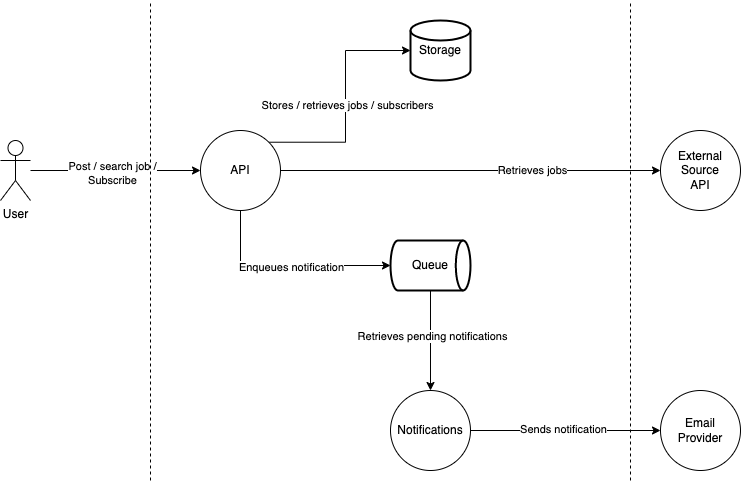
ariel17/jobberwocky keeps this draw.io diagram as docs/architecture.png. Above is the earlier version. Source tidied: cells renumbered, new cells last; positions are measured from the earlier drawing's top-left corner, leaving out a move shared by most shapes.
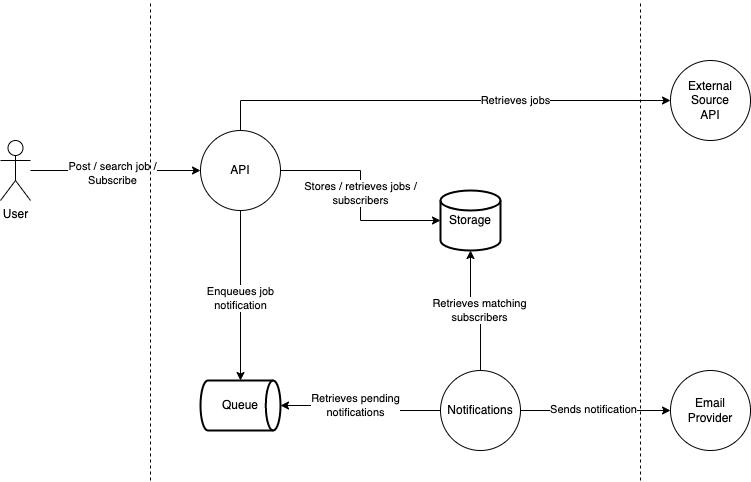
Above is the later version.

Commit message:
Updates architecture diagram.

What changed in the source:
```diff
@@ -12,24 +12,24 @@
       <mxGeometry y="140" width="30" height="60" as="geometry" />
     </mxCell>
     <mxCell id="5" value="External Source&lt;br&gt;API" style="ellipse;whiteSpace=wrap;html=1;" parent="1" vertex="1">
-      <mxGeometry x="660" y="130" width="80" height="80" as="geometry" />
+      <mxGeometry x="670" y="60" width="80" height="80" as="geometry" />
     </mxCell>
-    <mxCell id="6" style="edgeStyle=orthogonalEdgeStyle;rounded=0;jettySize=auto;html=1;exitX=1;exitY=0;exitDx=0;exitDy=0;entryX=0;entryY=0.5;entryDx=0;entryDy=0;entryPerimeter=0;" parent="1" edge="1" source="12" target="19">
+    <mxCell id="6" style="edgeStyle=orthogonalEdgeStyle;rounded=0;jettySize=auto;html=1;exitX=1;exitY=0.5;exitDx=0;exitDy=0;entryX=0;entryY=0.5;entryDx=0;entryDy=0;entryPerimeter=0;" parent="1" edge="1" source="12" target="19">
       <mxGeometry relative="1" as="geometry" />
     </mxCell>
-    <mxCell id="7" value="Stores / retrieves jobs / subscribers" style="edgeLabel;html=1;align=center;verticalAlign=middle;" parent="6" vertex="1">
+    <mxCell id="7" value="Stores / retrieves jobs /&lt;br&gt;subscribers" style="edgeLabel;html=1;align=center;verticalAlign=middle;" parent="6" vertex="1">
       <mxGeometry x="-0.02" y="-1" relative="1" as="geometry" />
     </mxCell>
-    <mxCell id="8" style="edgeStyle=orthogonalEdgeStyle;rounded=0;jettySize=auto;html=1;exitX=1;exitY=0.5;exitDx=0;exitDy=0;" parent="1" edge="1" source="12" target="5">
+    <mxCell id="8" style="edgeStyle=orthogonalEdgeStyle;rounded=0;jettySize=auto;html=1;exitX=0.5;exitY=0;exitDx=0;exitDy=0;" parent="1" edge="1" source="12" target="5">
       <mxGeometry relative="1" as="geometry" />
     </mxCell>
     <mxCell id="9" value="Retrieves jobs" style="edgeLabel;html=1;align=center;verticalAlign=middle;" parent="8" vertex="1">
       <mxGeometry x="0.32" y="1" relative="1" as="geometry" />
     </mxCell>
-    <mxCell id="10" style="edgeStyle=orthogonalEdgeStyle;rounded=0;jettySize=auto;html=1;entryX=0;entryY=0.5;entryDx=0;entryDy=0;entryPerimeter=0;exitX=0.5;exitY=1;exitDx=0;exitDy=0;" parent="1" edge="1" source="12" target="18">
+    <mxCell id="10" style="edgeStyle=orthogonalEdgeStyle;rounded=0;jettySize=auto;html=1;entryX=0.5;entryY=0;entryDx=0;entryDy=0;entryPerimeter=0;exitX=0.5;exitY=1;exitDx=0;exitDy=0;" parent="1" edge="1" source="12" target="18">
       <mxGeometry relative="1" as="geometry" />
     </mxCell>
-    <mxCell id="11" value="Enqueues notification" style="edgeLabel;html=1;align=center;verticalAlign=middle;" parent="10" vertex="1">
+    <mxCell id="11" value="Enqueues job&lt;br&gt;notification" style="edgeLabel;html=1;align=center;verticalAlign=middle;" parent="10" vertex="1">
       <mxGeometry x="0.03" y="-1" relative="1" as="geometry" />
     </mxCell>
     <mxCell id="12" value="API" style="ellipse;whiteSpace=wrap;html=1;" parent="1" vertex="1">
@@ -41,23 +41,29 @@
     <mxCell id="14" value="Sends notification" style="edgeLabel;html=1;align=center;verticalAlign=middle;" parent="13" vertex="1">
       <mxGeometry x="-0.04" y="2" relative="1" as="geometry" />
     </mxCell>
+    <mxCell id="23" style="edgeStyle=orthogonalEdgeStyle;rounded=0;jettySize=auto;html=1;exitX=0.5;exitY=0;exitDx=0;exitDy=0;entryX=0.5;entryY=1;entryDx=0;entryDy=0;entryPerimeter=0;" parent="1" edge="1" source="15" target="19">
+      <mxGeometry relative="1" as="geometry" />
+    </mxCell>
+    <mxCell id="24" value="Retrieves matching&lt;br&gt;subscribers" style="edgeLabel;html=1;align=center;verticalAlign=middle;" parent="23" vertex="1">
+      <mxGeometry x="-0.05" y="-1" relative="1" as="geometry" />
+    </mxCell>
     <mxCell id="15" value="Notifications" style="ellipse;whiteSpace=wrap;html=1;" parent="1" vertex="1">
-      <mxGeometry x="390" y="390" width="80" height="80" as="geometry" />
+      <mxGeometry x="440" y="370" width="80" height="80" as="geometry" />
     </mxCell>
-    <mxCell id="16" style="edgeStyle=orthogonalEdgeStyle;rounded=0;jettySize=auto;html=1;exitX=0.5;exitY=1;exitDx=0;exitDy=0;exitPerimeter=0;" parent="1" edge="1" source="18" target="15">
+    <mxCell id="16" style="edgeStyle=orthogonalEdgeStyle;rounded=0;jettySize=auto;html=1;exitX=1;exitY=0.5;exitDx=0;exitDy=0;exitPerimeter=0;endArrow=none;endFill=0;startArrow=classic;startFill=1;" parent="1" edge="1" source="18" target="15">
       <mxGeometry relative="1" as="geometry" />
     </mxCell>
-    <mxCell id="17" value="Retrieves pending notifications" style="edgeLabel;html=1;align=center;verticalAlign=middle;" parent="16" vertex="1">
+    <mxCell id="17" value="Retrieves pending&lt;br&gt;notifications" style="edgeLabel;html=1;align=center;verticalAlign=middle;" parent="16" vertex="1">
       <mxGeometry x="-0.1" y="1" relative="1" as="geometry" />
     </mxCell>
     <mxCell id="18" value="Queue" style="strokeWidth=2;html=1;shape=mxgraph.flowchart.direct_data;whiteSpace=wrap;" parent="1" vertex="1">
-      <mxGeometry x="390" y="240" width="80" height="50" as="geometry" />
+      <mxGeometry x="200" y="380" width="80" height="50" as="geometry" />
     </mxCell>
     <mxCell id="19" value="Storage" style="strokeWidth=2;html=1;shape=mxgraph.flowchart.database;whiteSpace=wrap;" parent="1" vertex="1">
-      <mxGeometry x="410" y="20" width="60" height="60" as="geometry" />
+      <mxGeometry x="440" y="190" width="60" height="60" as="geometry" />
     </mxCell>
     <mxCell id="20" value="Email Provider" style="ellipse;whiteSpace=wrap;html=1;" parent="1" vertex="1">
-      <mxGeometry x="660" y="390" width="80" height="80" as="geometry" />
+      <mxGeometry x="670" y="370" width="80" height="80" as="geometry" />
     </mxCell>
     <mxCell id="21" style="endArrow=none;dashed=1;html=1;rounded=0;" parent="1" edge="1">
       <mxGeometry relative="1" as="geometry">
@@ -67,8 +73,8 @@
     </mxCell>
     <mxCell id="22" style="endArrow=none;dashed=1;html=1;rounded=0;" parent="1" edge="1">
       <mxGeometry relative="1" as="geometry">
-        <mxPoint x="630" y="480" as="sourcePoint" />
-        <mxPoint x="630" as="targetPoint" />
+        <mxPoint x="640" y="480" as="sourcePoint" />
+        <mxPoint x="640" as="targetPoint" />
       </mxGeometry>
     </mxCell>
   </root>
```
